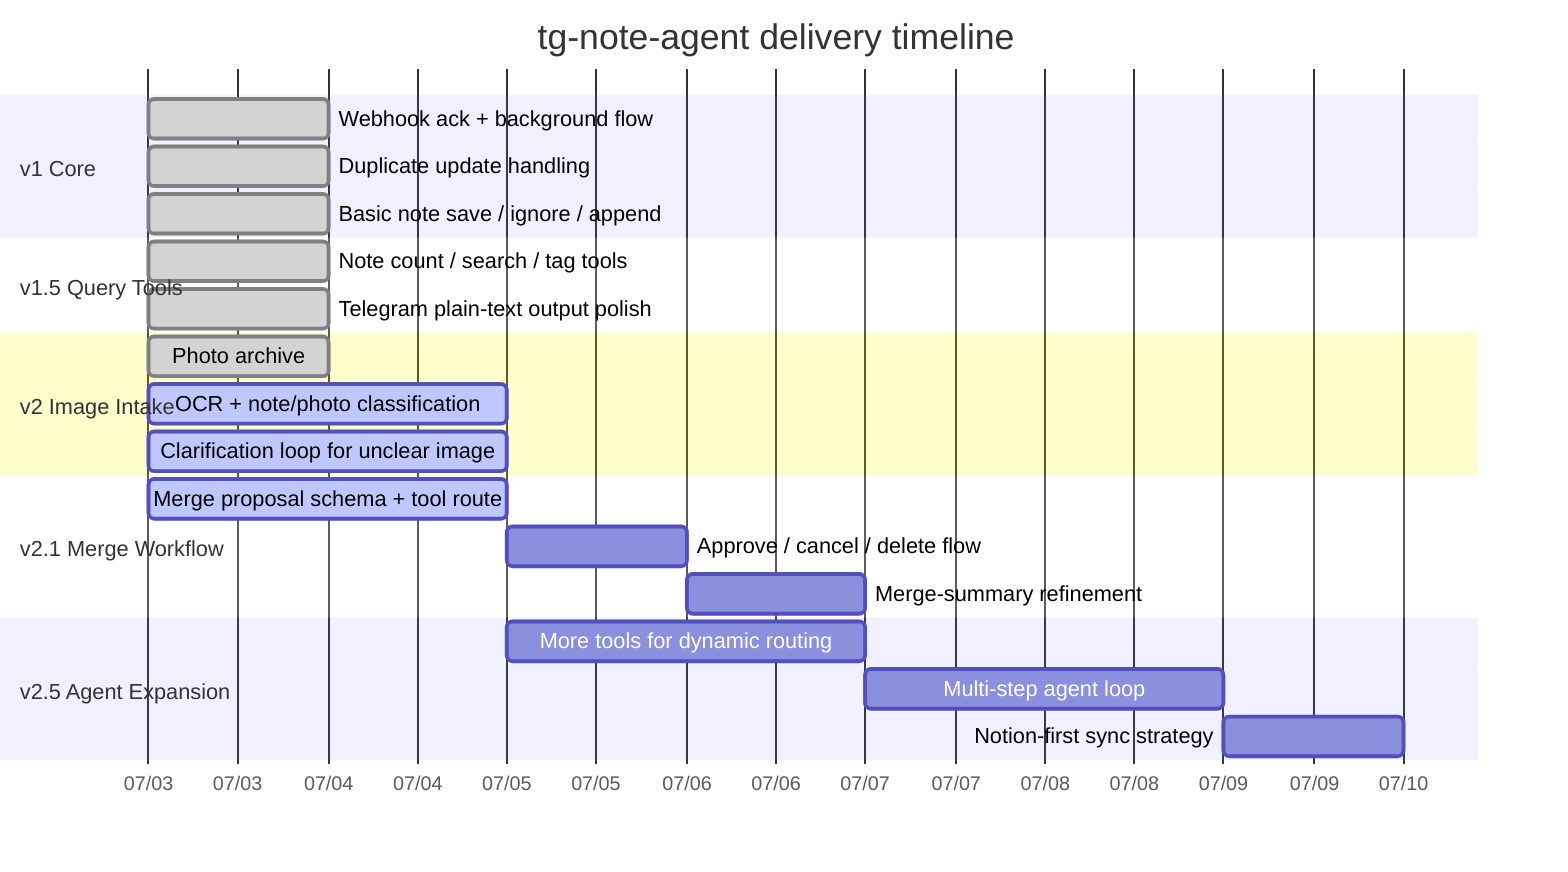
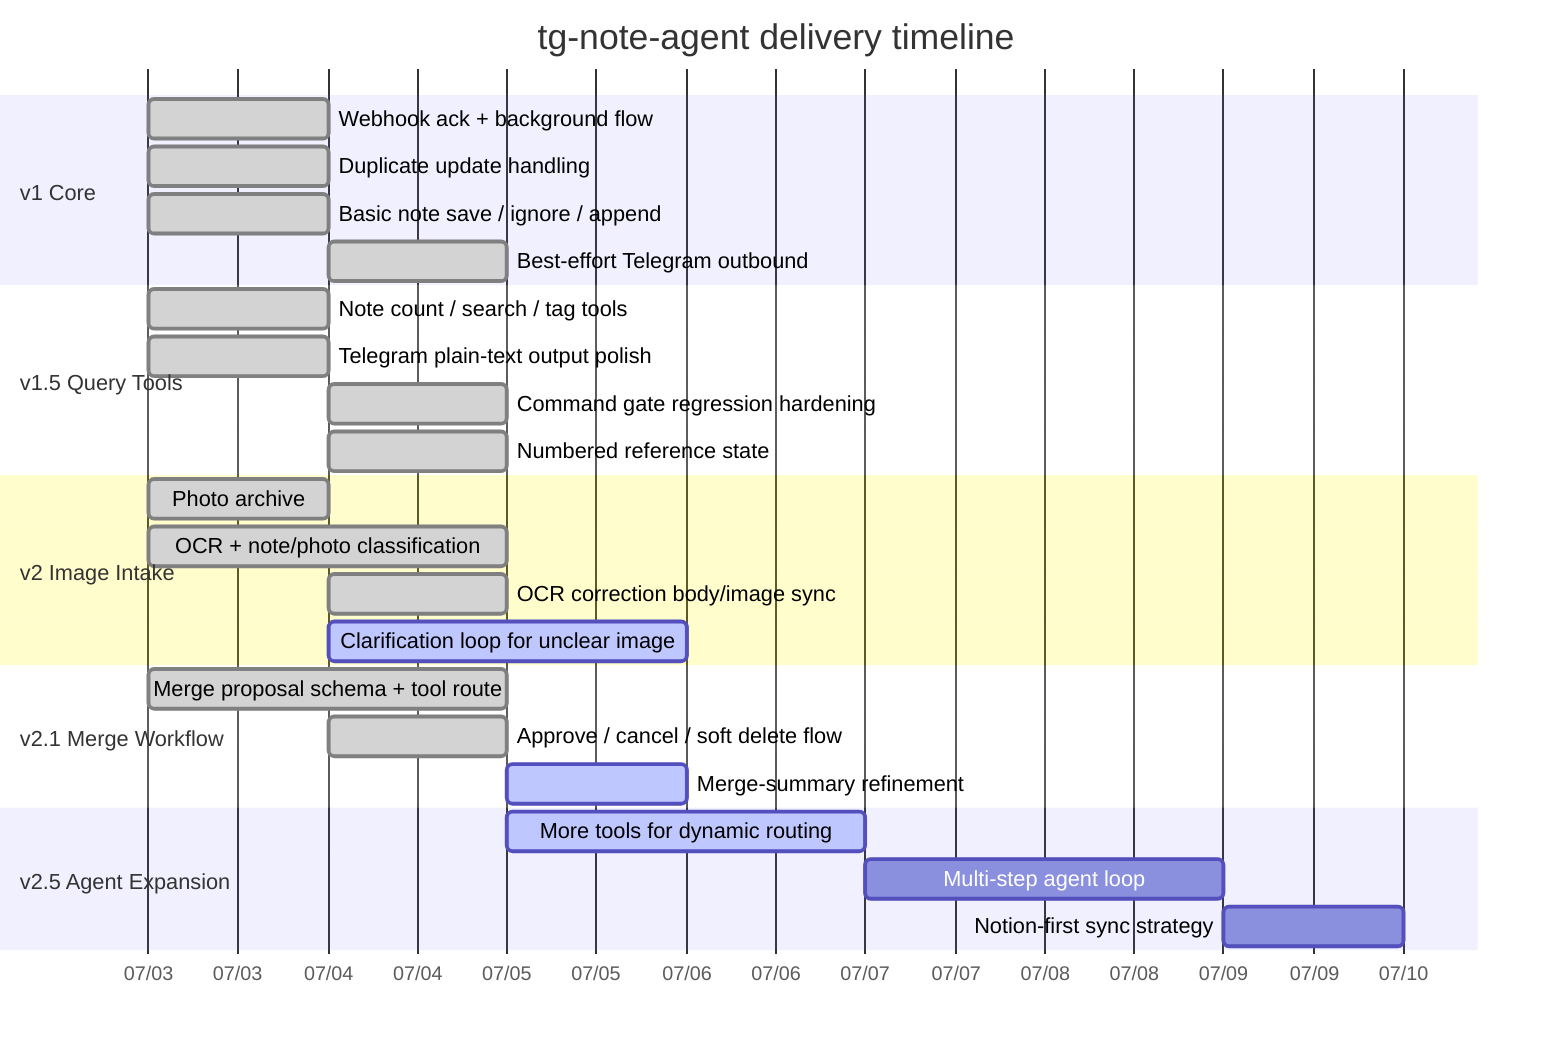
gantt
    title tg-note-agent delivery timeline
    dateFormat  YYYY-MM-DD
    axisFormat  %m/%d

    section v1 Core
    Webhook ack + background flow       :done, v1a, 2026-07-03, 1d
    Duplicate update handling           :done, v1b, 2026-07-03, 1d
    Basic note save / ignore / append   :done, v1c, 2026-07-03, 1d
+     Best-effort Telegram outbound        :done, v1d, 2026-07-04, 1d

    section v1.5 Query Tools
    Note count / search / tag tools     :done, v15a, 2026-07-03, 1d
    Telegram plain-text output polish   :done, v15b, 2026-07-03, 1d
+     Command gate regression hardening    :done, v15c, 2026-07-04, 1d
+     Numbered reference state             :done, v15d, 2026-07-04, 1d

    section v2 Image Intake
    Photo archive                       :done, v2a, 2026-07-03, 1d
-     OCR + note/photo classification     :active, v2b, 2026-07-03, 2d
-     Clarification loop for unclear image:active, v2c, 2026-07-03, 2d
+     OCR + note/photo classification     :done, v2b, 2026-07-03, 2d
+     OCR correction body/image sync       :done, v2c, 2026-07-04, 1d
+     Clarification loop for unclear image:active, v2d, 2026-07-04, 2d

    section v2.1 Merge Workflow
-     Merge proposal schema + tool route  :active, v21a, 2026-07-03, 2d
-     Approve / cancel / delete flow      :v21b, after v21a, 1d
-     Merge-summary refinement            :v21c, after v21b, 1d
+     Merge proposal schema + tool route  :done, v21a, 2026-07-03, 2d
+     Approve / cancel / soft delete flow :done, v21b, 2026-07-04, 1d
+     Merge-summary refinement            :active, v21c, 2026-07-05, 1d

    section v2.5 Agent Expansion
-     More tools for dynamic routing      :v25a, 2026-07-05, 2d
+     More tools for dynamic routing      :active, v25a, 2026-07-05, 2d
    Multi-step agent loop               :v25b, after v25a, 2d
    Notion-first sync strategy          :v25c, after v25b, 1d
